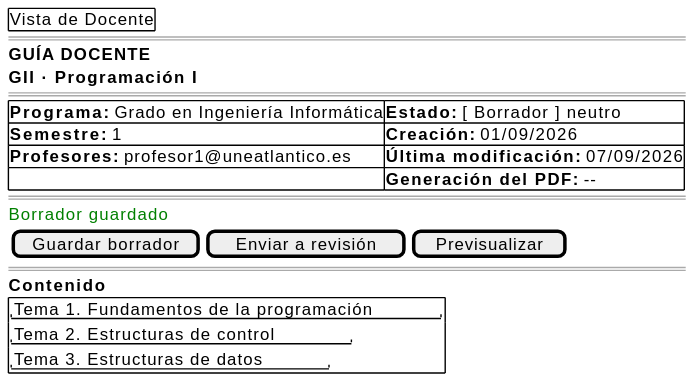
This is images/RUP/01-requisitos/03-detalle-casos-uso/guardarBorradorGuia/wireframe.svg from mmasias/pyCeldaPublico, a PlantUML export, as it was before one commit.
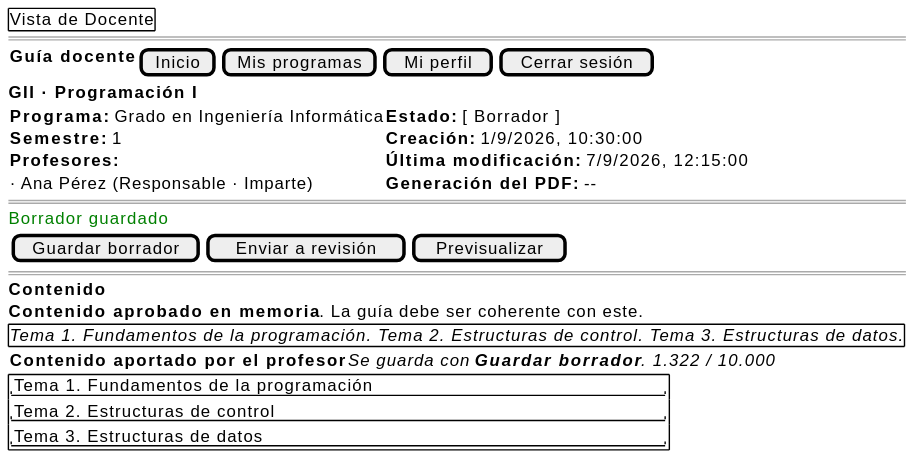
The same diagram one commit later.

What changed in the source:
```diff
@@ -2,24 +2,28 @@
 {
     {+ Vista de Docente }
     ====
-    <b>GUÍA DOCENTE</b>
+    {<b>Guía docente</b> | [Inicio] | [Mis programas] | [Mi perfil] | [Cerrar sesión]}
     <b>GII · Programación I</b>
-    ====
-    {#
-        <b>Programa:</b> Grado en Ingeniería Informática | <b>Estado:</b> [ Borrador ] neutro
-        <b>Semestre:</b> 1 | <b>Creación:</b> 01/09/2026
-        <b>Profesores:</b> profesor1@uneatlantico.es | <b>Última modificación:</b> 07/09/2026
-         . | <b>Generación del PDF:</b> --
+    {
+        <b>Programa:</b> Grado en Ingeniería Informática | <b>Estado:</b> [ Borrador ]
+        <b>Semestre:</b> 1 | <b>Creación:</b> 1/9/2026, 10:30:00
+        <b>Profesores:</b> | <b>Última modificación:</b> 7/9/2026, 12:15:00
+        · Ana Pérez (Responsable · Imparte) | <b>Generación del PDF:</b> --
     }
     ====
     <color:green>Borrador guardado</color>
     {[Guardar borrador] | [Enviar a revisión] | [Previsualizar]}
     ====
     <b>Contenido</b>
+    <b>Contenido aprobado en memoria</b>. La guía debe ser coherente con este.
+    {#
+        <i>Tema 1. Fundamentos de la programación. Tema 2. Estructuras de control. Tema 3. Estructuras de datos.</i>
+    }
+    {<b>Contenido aportado por el profesor</b> | <i>Se guarda con <b>Guardar borrador</b>. 1.322 / 10.000</i>}
     {+
-        "Tema 1. Fundamentos de la programación"
-        "Tema 2. Estructuras de control"
-        "Tema 3. Estructuras de datos"
+        "Tema 1. Fundamentos de la programación                    "
+        "Tema 2. Estructuras de control                            "
+        "Tema 3. Estructuras de datos                              "
     }
 }
 @endsalt
```
